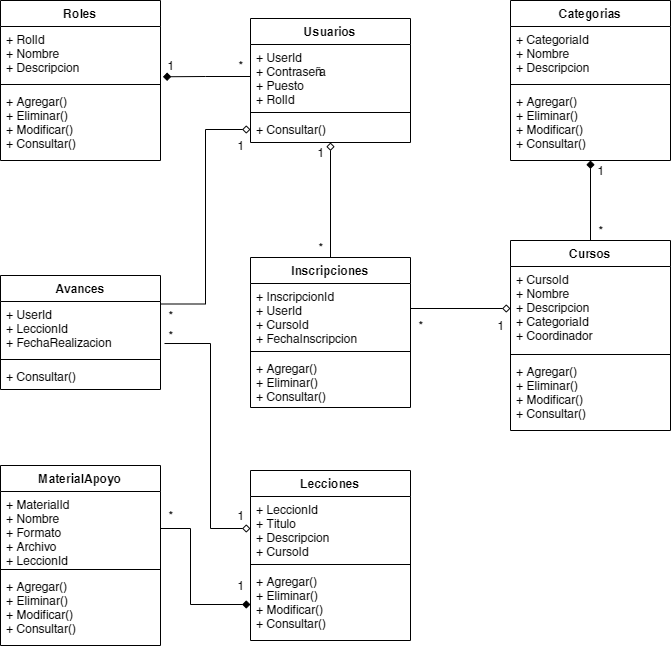
Above: diagrams/C1.4_UML_Casos_de_uso_secuencia_clases/C1.4_Clases.png in edgarcastillo17/analisisavanzadosoftware (draw.io), before the change. Source tidied: cells renumbered, new cells last; positions are measured from the earlier drawing's top-left corner, leaving out a move shared by most shapes.
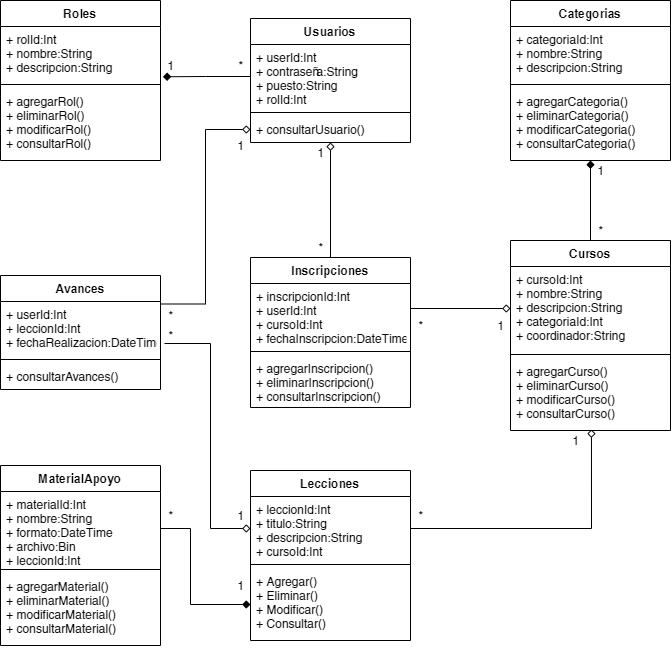
After the commit.

The edit, as a diff of the source:
```diff
@@ -5,31 +5,31 @@
     <mxCell id="2" value="Roles" style="swimlane;fontStyle=1;align=center;verticalAlign=top;horizontal=1;startSize=26;" parent="1" vertex="1">
       <mxGeometry width="160" height="160" as="geometry" />
     </mxCell>
-    <mxCell id="3" value="+ RolId&#10;+ Nombre&#10;+ Descripcion" style="text;strokeColor=none;fillColor=none;align=left;verticalAlign=top;spacingLeft=4;spacingRight=4;overflow=hidden;points=[[0,0.5],[1,0.5]];portConstraint=eastwest;" parent="2" vertex="1">
+    <mxCell id="3" value="+ rolId:Int&#10;+ nombre:String&#10;+ descripcion:String" style="text;strokeColor=none;fillColor=none;align=left;verticalAlign=top;spacingLeft=4;spacingRight=4;overflow=hidden;points=[[0,0.5],[1,0.5]];portConstraint=eastwest;" parent="2" vertex="1">
       <mxGeometry y="26" width="160" height="54" as="geometry" />
     </mxCell>
     <mxCell id="4" style="line;strokeWidth=1;fillColor=none;align=left;verticalAlign=middle;spacingTop=-1;spacingLeft=3;spacingRight=3;labelPosition=right;" parent="2" vertex="1">
       <mxGeometry y="80" width="160" height="8" as="geometry" />
     </mxCell>
-    <mxCell id="5" value="+ Agregar()&#10;+ Eliminar()&#10;+ Modificar()&#10;+ Consultar()" style="text;strokeColor=none;fillColor=none;align=left;verticalAlign=top;spacingLeft=4;spacingRight=4;overflow=hidden;" parent="2" vertex="1">
+    <mxCell id="5" value="+ agregarRol()&#10;+ eliminarRol()&#10;+ modificarRol()&#10;+ consultarRol()" style="text;strokeColor=none;fillColor=none;align=left;verticalAlign=top;spacingLeft=4;spacingRight=4;overflow=hidden;" parent="2" vertex="1">
       <mxGeometry y="88" width="160" height="72" as="geometry" />
     </mxCell>
     <mxCell id="6" value="Cursos" style="swimlane;fontStyle=1;align=center;verticalAlign=top;horizontal=1;startSize=26;" parent="1" vertex="1">
       <mxGeometry x="510" y="240" width="160" height="190" as="geometry" />
     </mxCell>
-    <mxCell id="7" value="+ CursoId&#10;+ Nombre&#10;+ Descripcion&#10;+ CategoriaId&#10;+ Coordinador" style="text;strokeColor=none;fillColor=none;align=left;verticalAlign=top;spacingLeft=4;spacingRight=4;overflow=hidden;points=[[0,0.5],[1,0.5]];portConstraint=eastwest;" parent="6" vertex="1">
+    <mxCell id="7" value="+ cursoId:Int&#10;+ nombre:String&#10;+ descripcion:String&#10;+ categoriaId:Int&#10;+ coordinador:String" style="text;strokeColor=none;fillColor=none;align=left;verticalAlign=top;spacingLeft=4;spacingRight=4;overflow=hidden;points=[[0,0.5],[1,0.5]];portConstraint=eastwest;" parent="6" vertex="1">
       <mxGeometry y="26" width="160" height="84" as="geometry" />
     </mxCell>
     <mxCell id="8" style="line;strokeWidth=1;fillColor=none;align=left;verticalAlign=middle;spacingTop=-1;spacingLeft=3;spacingRight=3;labelPosition=right;" parent="6" vertex="1">
       <mxGeometry y="110" width="160" height="8" as="geometry" />
     </mxCell>
-    <mxCell id="9" value="+ Agregar()&#10;+ Eliminar()&#10;+ Modificar()&#10;+ Consultar()" style="text;strokeColor=none;fillColor=none;align=left;verticalAlign=top;spacingLeft=4;spacingRight=4;overflow=hidden;points=[[0,0.5],[1,0.5]];portConstraint=eastwest;" parent="6" vertex="1">
+    <mxCell id="9" value="+ agregarCurso()&#10;+ eliminarCurso()&#10;+ modificarCurso()&#10;+ consultarCurso()" style="text;strokeColor=none;fillColor=none;align=left;verticalAlign=top;spacingLeft=4;spacingRight=4;overflow=hidden;points=[[0,0.5],[1,0.5]];portConstraint=eastwest;" parent="6" vertex="1">
       <mxGeometry y="118" width="160" height="72" as="geometry" />
     </mxCell>
     <mxCell id="10" value="Lecciones" style="swimlane;fontStyle=1;align=center;verticalAlign=top;horizontal=1;startSize=26;" parent="1" vertex="1">
       <mxGeometry x="250" y="470" width="160" height="170" as="geometry" />
     </mxCell>
-    <mxCell id="11" value="+ LeccionId&#10;+ Titulo&#10;+ Descripcion&#10;+ CursoId" style="text;strokeColor=none;fillColor=none;align=left;verticalAlign=top;spacingLeft=4;spacingRight=4;overflow=hidden;points=[[0,0.5],[1,0.5]];portConstraint=eastwest;" parent="10" vertex="1">
+    <mxCell id="11" value="+ leccionId:Int&#10;+ titulo:String&#10;+ descripcion:String&#10;+ cursoId:Int" style="text;strokeColor=none;fillColor=none;align=left;verticalAlign=top;spacingLeft=4;spacingRight=4;overflow=hidden;points=[[0,0.5],[1,0.5]];portConstraint=eastwest;" parent="10" vertex="1">
       <mxGeometry y="26" width="160" height="64" as="geometry" />
     </mxCell>
     <mxCell id="12" style="line;strokeWidth=1;fillColor=none;align=left;verticalAlign=middle;spacingTop=-1;spacingLeft=3;spacingRight=3;labelPosition=right;" parent="10" vertex="1">
@@ -41,37 +41,37 @@
     <mxCell id="14" value="MaterialApoyo" style="swimlane;fontStyle=1;align=center;verticalAlign=top;horizontal=1;startSize=26;" parent="1" vertex="1">
       <mxGeometry y="465" width="160" height="180" as="geometry" />
     </mxCell>
-    <mxCell id="15" value="+ MaterialId&#10;+ Nombre&#10;+ Formato&#10;+ Archivo&#10;+ LeccionId" style="text;strokeColor=none;fillColor=none;align=left;verticalAlign=top;spacingLeft=4;spacingRight=4;overflow=hidden;points=[[0,0.5],[1,0.5]];portConstraint=eastwest;" parent="14" vertex="1">
+    <mxCell id="15" value="+ materialId:Int&#10;+ nombre:String&#10;+ formato:DateTime&#10;+ archivo:Bin&#10;+ leccionId:Int" style="text;strokeColor=none;fillColor=none;align=left;verticalAlign=top;spacingLeft=4;spacingRight=4;overflow=hidden;points=[[0,0.5],[1,0.5]];portConstraint=eastwest;" parent="14" vertex="1">
       <mxGeometry y="26" width="160" height="74" as="geometry" />
     </mxCell>
     <mxCell id="16" style="line;strokeWidth=1;fillColor=none;align=left;verticalAlign=middle;spacingTop=-1;spacingLeft=3;spacingRight=3;labelPosition=right;" parent="14" vertex="1">
       <mxGeometry y="100" width="160" height="8" as="geometry" />
     </mxCell>
-    <mxCell id="17" value="+ Agregar()&#10;+ Eliminar()&#10;+ Modificar()&#10;+ Consultar()" style="text;strokeColor=none;fillColor=none;align=left;verticalAlign=top;spacingLeft=4;spacingRight=4;overflow=hidden;" parent="14" vertex="1">
+    <mxCell id="17" value="+ agregarMaterial()&#10;+ eliminarMaterial()&#10;+ modificarMaterial()&#10;+ consultarMaterial()" style="text;strokeColor=none;fillColor=none;align=left;verticalAlign=top;spacingLeft=4;spacingRight=4;overflow=hidden;" parent="14" vertex="1">
       <mxGeometry y="108" width="160" height="72" as="geometry" />
     </mxCell>
     <mxCell id="18" value="Inscripciones" style="swimlane;fontStyle=1;align=center;verticalAlign=top;horizontal=1;startSize=26;" parent="1" vertex="1">
       <mxGeometry x="250" y="257" width="160" height="150" as="geometry" />
     </mxCell>
-    <mxCell id="19" value="+ InscripcionId&#10;+ UserId&#10;+ CursoId&#10;+ FechaInscripcion" style="text;strokeColor=none;fillColor=none;align=left;verticalAlign=top;spacingLeft=4;spacingRight=4;overflow=hidden;points=[[0,0.5],[1,0.5]];portConstraint=eastwest;" parent="18" vertex="1">
+    <mxCell id="19" value="+ inscripcionId:Int&#10;+ userId:Int&#10;+ cursoId:Int&#10;+ fechaInscripcion:DateTime" style="text;strokeColor=none;fillColor=none;align=left;verticalAlign=top;spacingLeft=4;spacingRight=4;overflow=hidden;points=[[0,0.5],[1,0.5]];portConstraint=eastwest;" parent="18" vertex="1">
       <mxGeometry y="26" width="160" height="64" as="geometry" />
     </mxCell>
     <mxCell id="20" style="line;strokeWidth=1;fillColor=none;align=left;verticalAlign=middle;spacingTop=-1;spacingLeft=3;spacingRight=3;labelPosition=right;" parent="18" vertex="1">
       <mxGeometry y="90" width="160" height="8" as="geometry" />
     </mxCell>
-    <mxCell id="21" value="+ Agregar()&#10;+ Eliminar()&#10;+ Consultar()" style="text;strokeColor=none;fillColor=none;align=left;verticalAlign=top;spacingLeft=4;spacingRight=4;overflow=hidden;" parent="18" vertex="1">
+    <mxCell id="21" value="+ agregarInscripcion()&#10;+ eliminarInscripcion()&#10;+ consultarInscripcion()" style="text;strokeColor=none;fillColor=none;align=left;verticalAlign=top;spacingLeft=4;spacingRight=4;overflow=hidden;" parent="18" vertex="1">
       <mxGeometry y="98" width="160" height="52" as="geometry" />
     </mxCell>
     <mxCell id="22" value="Avances" style="swimlane;fontStyle=1;align=center;verticalAlign=top;horizontal=1;startSize=26;" parent="1" vertex="1">
       <mxGeometry y="275" width="160" height="114" as="geometry" />
     </mxCell>
-    <mxCell id="23" value="+ UserId&#10;+ LeccionId&#10;+ FechaRealizacion" style="text;strokeColor=none;fillColor=none;align=left;verticalAlign=top;spacingLeft=4;spacingRight=4;overflow=hidden;points=[[0,0.5],[1,0.5]];portConstraint=eastwest;" parent="22" vertex="1">
+    <mxCell id="23" value="+ userId:Int&#10;+ leccionId:Int&#10;+ fechaRealizacion:DateTime" style="text;strokeColor=none;fillColor=none;align=left;verticalAlign=top;spacingLeft=4;spacingRight=4;overflow=hidden;points=[[0,0.5],[1,0.5]];portConstraint=eastwest;" parent="22" vertex="1">
       <mxGeometry y="26" width="160" height="54" as="geometry" />
     </mxCell>
     <mxCell id="24" style="line;strokeWidth=1;fillColor=none;align=left;verticalAlign=middle;spacingTop=-1;spacingLeft=3;spacingRight=3;labelPosition=right;" parent="22" vertex="1">
       <mxGeometry y="80" width="160" height="8" as="geometry" />
     </mxCell>
-    <mxCell id="25" value="+ Consultar()" style="text;strokeColor=none;fillColor=none;align=left;verticalAlign=top;spacingLeft=4;spacingRight=4;overflow=hidden;" parent="22" vertex="1">
+    <mxCell id="25" value="+ consultarAvances()" style="text;strokeColor=none;fillColor=none;align=left;verticalAlign=top;spacingLeft=4;spacingRight=4;overflow=hidden;" parent="22" vertex="1">
       <mxGeometry y="88" width="160" height="26" as="geometry" />
     </mxCell>
     <mxCell id="26" style="edgeStyle=orthogonalEdgeStyle;rounded=0;jettySize=auto;html=1;entryX=0.5;entryY=0;entryDx=0;entryDy=0;startArrow=diamond;startFill=1;endArrow=none;endFill=0;strokeColor=#000000;" parent="1" edge="1" source="27" target="6">
@@ -80,13 +80,13 @@
     <mxCell id="27" value="Categorias" style="swimlane;fontStyle=1;align=center;verticalAlign=top;horizontal=1;startSize=26;" parent="1" vertex="1">
       <mxGeometry x="510" width="160" height="160" as="geometry" />
     </mxCell>
-    <mxCell id="28" value="+ CategoriaId&#10;+ Nombre&#10;+ Descripcion" style="text;strokeColor=none;fillColor=none;align=left;verticalAlign=top;spacingLeft=4;spacingRight=4;overflow=hidden;" parent="27" vertex="1">
+    <mxCell id="28" value="+ categoriaId:Int&#10;+ nombre:String&#10;+ descripcion:String" style="text;strokeColor=none;fillColor=none;align=left;verticalAlign=top;spacingLeft=4;spacingRight=4;overflow=hidden;" parent="27" vertex="1">
       <mxGeometry y="26" width="160" height="54" as="geometry" />
     </mxCell>
     <mxCell id="29" style="line;strokeWidth=1;fillColor=none;align=left;verticalAlign=middle;spacingTop=-1;spacingLeft=3;spacingRight=3;labelPosition=right;" parent="27" vertex="1">
       <mxGeometry y="80" width="160" height="8" as="geometry" />
     </mxCell>
-    <mxCell id="30" value="+ Agregar()&#10;+ Eliminar()&#10;+ Modificar()&#10;+ Consultar()" style="text;strokeColor=none;fillColor=none;align=left;verticalAlign=top;spacingLeft=4;spacingRight=4;overflow=hidden;" parent="27" vertex="1">
+    <mxCell id="30" value="+ agregarCategoria()&#10;+ eliminarCategoria()&#10;+ modificarCategoria()&#10;+ consultarCategoria()" style="text;strokeColor=none;fillColor=none;align=left;verticalAlign=top;spacingLeft=4;spacingRight=4;overflow=hidden;" parent="27" vertex="1">
       <mxGeometry y="88" width="160" height="72" as="geometry" />
     </mxCell>
     <mxCell id="31" style="edgeStyle=orthogonalEdgeStyle;rounded=0;jettySize=auto;html=1;entryX=0.5;entryY=0;entryDx=0;entryDy=0;endArrow=none;endFill=0;startArrow=diamond;startFill=0;" parent="1" edge="1" source="32" target="18">
@@ -95,13 +95,13 @@
     <mxCell id="32" value="Usuarios" style="swimlane;fontStyle=1;align=center;verticalAlign=top;horizontal=1;startSize=26;" parent="1" vertex="1">
       <mxGeometry x="250" y="18" width="160" height="124" as="geometry" />
     </mxCell>
-    <mxCell id="33" value="+ UserId&#10;+ Contraseña&#10;+ Puesto&#10;+ RolId" style="text;strokeColor=none;fillColor=none;align=left;verticalAlign=top;spacingLeft=4;spacingRight=4;overflow=hidden;points=[[0,0.5],[1,0.5]];portConstraint=eastwest;" parent="32" vertex="1">
+    <mxCell id="33" value="+ userId:Int&#10;+ contraseña:String&#10;+ puesto:String&#10;+ rolId:Int" style="text;strokeColor=none;fillColor=none;align=left;verticalAlign=top;spacingLeft=4;spacingRight=4;overflow=hidden;points=[[0,0.5],[1,0.5]];portConstraint=eastwest;" parent="32" vertex="1">
       <mxGeometry y="26" width="160" height="64" as="geometry" />
     </mxCell>
     <mxCell id="34" style="line;strokeWidth=1;fillColor=none;align=left;verticalAlign=middle;spacingTop=-1;spacingLeft=3;spacingRight=3;labelPosition=right;" parent="32" vertex="1">
       <mxGeometry y="90" width="160" height="8" as="geometry" />
     </mxCell>
-    <mxCell id="35" value="+ Consultar()" style="text;strokeColor=none;fillColor=none;align=left;verticalAlign=top;spacingLeft=4;spacingRight=4;overflow=hidden;points=[[0,0.5],[1,0.5]];portConstraint=eastwest;" parent="32" vertex="1">
+    <mxCell id="35" value="+ consultarUsuario()" style="text;strokeColor=none;fillColor=none;align=left;verticalAlign=top;spacingLeft=4;spacingRight=4;overflow=hidden;points=[[0,0.5],[1,0.5]];portConstraint=eastwest;" parent="32" vertex="1">
       <mxGeometry y="98" width="160" height="26" as="geometry" />
     </mxCell>
     <mxCell id="36" style="edgeStyle=orthogonalEdgeStyle;rounded=0;jettySize=auto;html=1;exitX=0;exitY=0.5;exitDx=0;exitDy=0;entryX=1.015;entryY=0.931;entryDx=0;entryDy=0;entryPerimeter=0;endArrow=diamond;endFill=1;" parent="1" edge="1" source="33" target="3">
@@ -175,5 +175,14 @@
     <mxCell id="54" value="*" style="text;html=1;align=center;verticalAlign=middle;" parent="1" vertex="1">
       <mxGeometry x="160" y="325" width="20" height="20" as="geometry" />
     </mxCell>
+    <mxCell id="55" style="edgeStyle=orthogonalEdgeStyle;rounded=0;jettySize=auto;html=1;exitX=1;exitY=0.5;exitDx=0;exitDy=0;entryX=0.506;entryY=0.986;entryDx=0;entryDy=0;entryPerimeter=0;endArrow=diamond;endFill=0;" parent="1" edge="1" source="11" target="9">
+      <mxGeometry relative="1" as="geometry" />
+    </mxCell>
+    <mxCell id="56" value="1" style="text;html=1;align=center;verticalAlign=middle;" parent="1" vertex="1">
+      <mxGeometry x="565" y="430" width="20" height="20" as="geometry" />
+    </mxCell>
+    <mxCell id="57" value="*" style="text;html=1;align=center;verticalAlign=middle;" parent="1" vertex="1">
+      <mxGeometry x="410" y="505" width="20" height="20" as="geometry" />
+    </mxCell>
   </root>
 </mxGraphModel>
```
